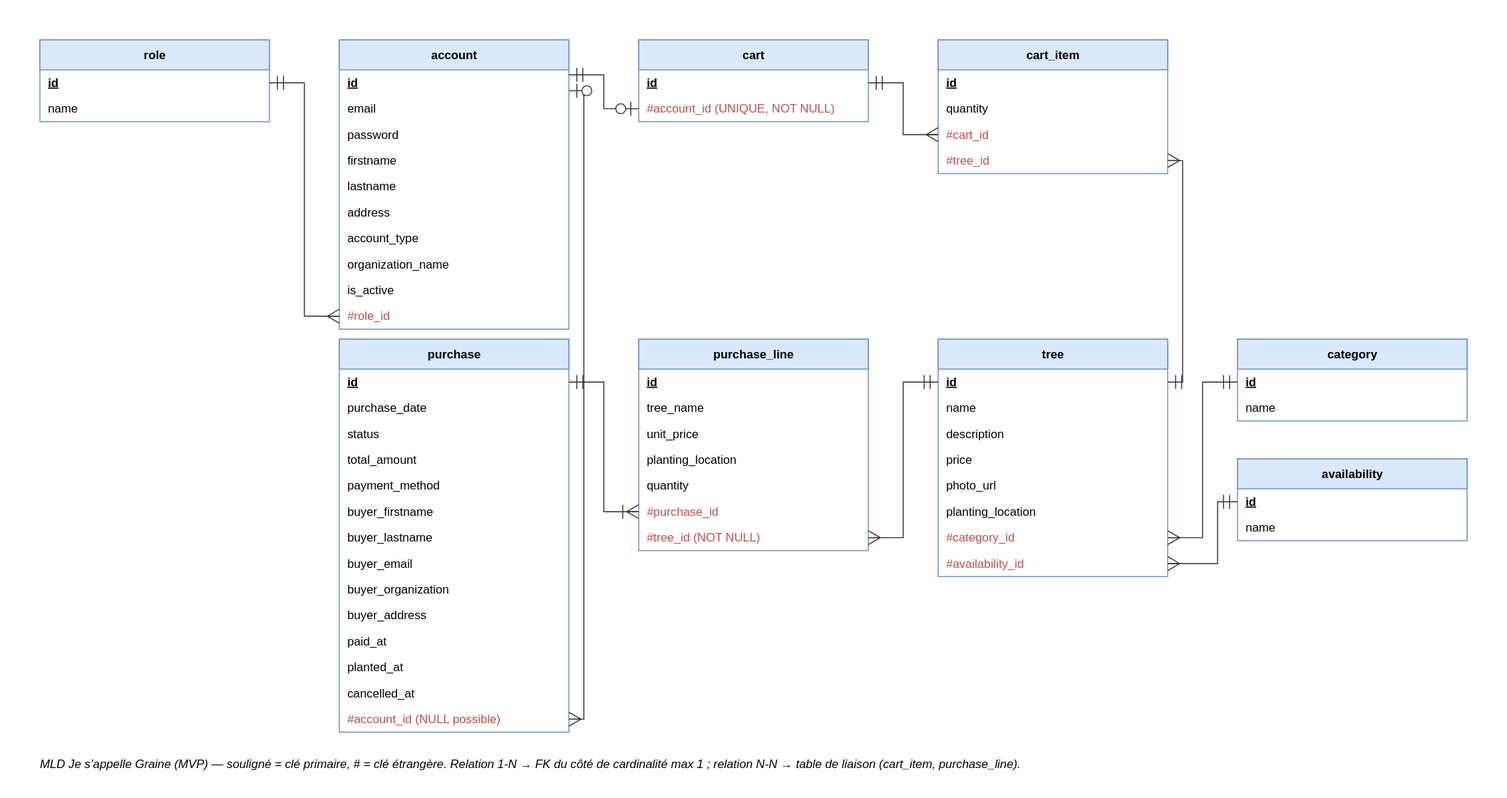
Above: docs/conception/modele-de-donnees/06b-mld.drawio.svg in DimitryDereppe/je-s-appelle-graine (draw.io), before the change. Source tidied: cells renumbered, new cells last; positions are measured from the earlier drawing's top-left corner, leaving out a move shared by most shapes.
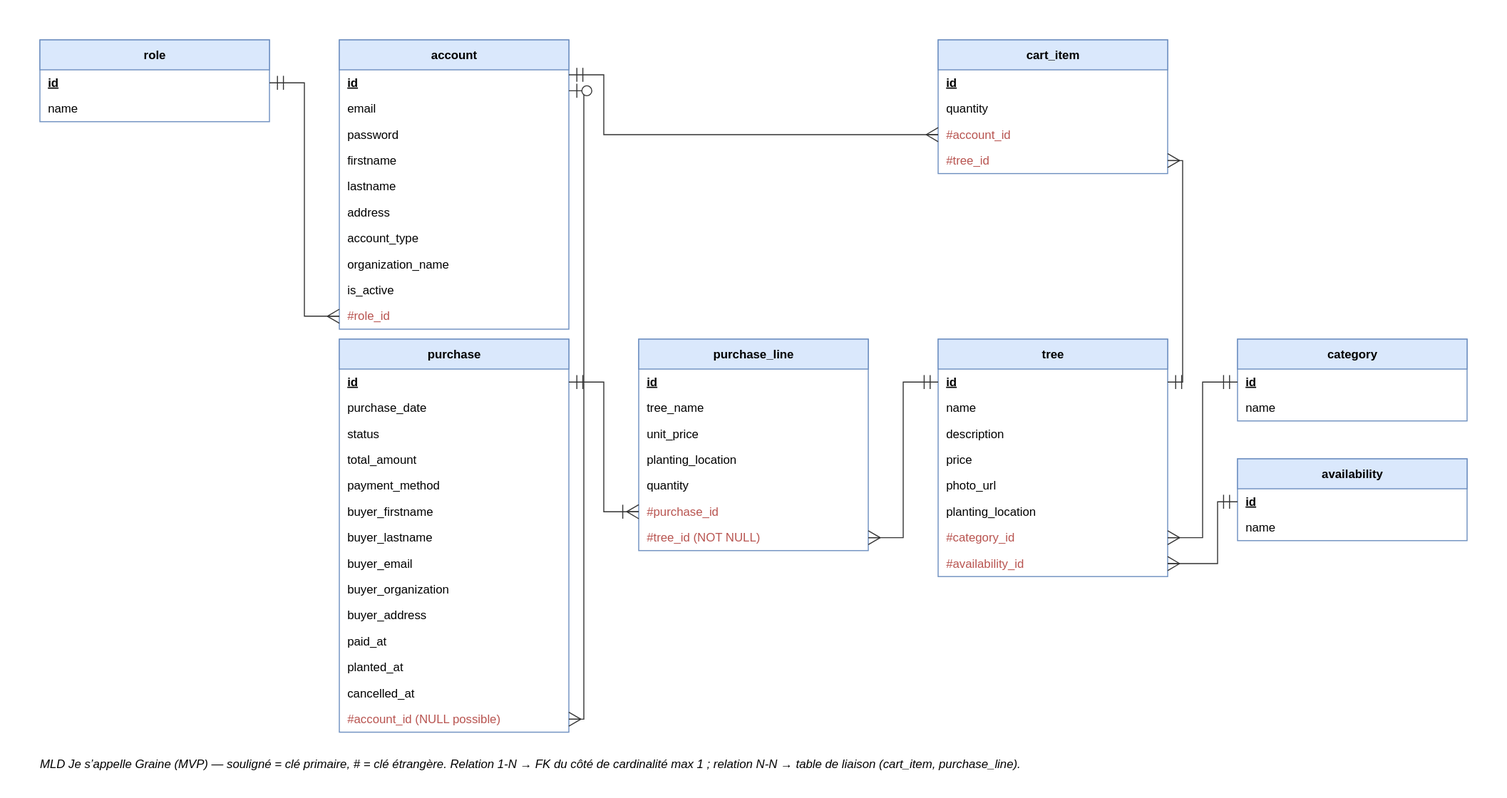
The same file after the commit.

What changed in the source:
```diff
@@ -44,15 +44,6 @@
     <mxCell id="15" value="#role_id" style="text;html=1;align=left;verticalAlign=middle;spacingLeft=8;strokeColor=none;fillColor=none;fontColor=#b85450;" parent="5" vertex="1">
       <mxGeometry y="264" width="230" height="26" as="geometry" />
     </mxCell>
-    <mxCell id="16" value="cart" style="swimlane;fontStyle=1;align=center;startSize=30;html=1;whiteSpace=wrap;fillColor=#dae8fc;strokeColor=#6c8ebf;horizontal=1;" parent="1" vertex="1">
-      <mxGeometry x="600" width="230" height="82" as="geometry" />
-    </mxCell>
-    <mxCell id="17" value="&lt;u&gt;&lt;b&gt;id&lt;/b&gt;&lt;/u&gt;" style="text;html=1;align=left;verticalAlign=middle;spacingLeft=8;strokeColor=none;fillColor=none;" parent="16" vertex="1">
-      <mxGeometry y="30" width="230" height="26" as="geometry" />
-    </mxCell>
-    <mxCell id="18" value="#account_id (UNIQUE, NOT NULL)" style="text;html=1;align=left;verticalAlign=middle;spacingLeft=8;strokeColor=none;fillColor=none;fontColor=#b85450;" parent="16" vertex="1">
-      <mxGeometry y="56" width="230" height="26" as="geometry" />
-    </mxCell>
     <mxCell id="19" value="cart_item" style="swimlane;fontStyle=1;align=center;startSize=30;html=1;whiteSpace=wrap;fillColor=#dae8fc;strokeColor=#6c8ebf;horizontal=1;" parent="1" vertex="1">
       <mxGeometry x="900" width="230" height="134" as="geometry" />
     </mxCell>
@@ -62,9 +53,9 @@
     <mxCell id="21" value="quantity" style="text;html=1;align=left;verticalAlign=middle;spacingLeft=8;strokeColor=none;fillColor=none;" parent="19" vertex="1">
       <mxGeometry y="56" width="230" height="26" as="geometry" />
     </mxCell>
-    <mxCell id="22" value="#cart_id" style="text;html=1;align=left;verticalAlign=middle;spacingLeft=8;strokeColor=none;fillColor=none;fontColor=#b85450;" parent="19" vertex="1">
-      <mxGeometry y="82" width="230" height="26" as="geometry" />
-    </mxCell>
+    <mxCell id="72" value="#account_id" style="text;html=1;align=left;verticalAlign=middle;spacingLeft=8;strokeColor=none;fillColor=none;fontColor=#b85450;" parent="19" vertex="1">
+      <mxGeometry y="82" width="230" height="26" as="geometry" />
+    </mxCell>
     <mxCell id="23" value="#tree_id" style="text;html=1;align=left;verticalAlign=middle;spacingLeft=8;strokeColor=none;fillColor=none;fontColor=#b85450;" parent="19" vertex="1">
       <mxGeometry y="108" width="230" height="26" as="geometry" />
     </mxCell>
@@ -185,10 +176,7 @@
     <mxCell id="62" style="edgeStyle=entityRelationEdgeStyle;html=1;startArrow=ERmany;endArrow=ERmandOne;startFill=0;endFill=0;" parent="1" edge="1" source="15" target="3">
       <mxGeometry relative="1" as="geometry" />
     </mxCell>
-    <mxCell id="63" style="edgeStyle=entityRelationEdgeStyle;html=1;startArrow=ERzeroToOne;endArrow=ERmandOne;entryX=1;entryY=0.2;entryDx=0;entryDy=0;startFill=0;endFill=0;" parent="1" edge="1" source="18" target="6">
-      <mxGeometry relative="1" as="geometry" />
-    </mxCell>
-    <mxCell id="64" style="edgeStyle=entityRelationEdgeStyle;html=1;startArrow=ERmany;endArrow=ERmandOne;startFill=0;endFill=0;" parent="1" edge="1" source="22" target="17">
+    <mxCell id="64" style="edgeStyle=entityRelationEdgeStyle;html=1;startArrow=ERmany;endArrow=ERmandOne;entryX=1;entryY=0.2;entryDx=0;entryDy=0;startFill=0;endFill=0;" parent="1" edge="1" source="72" target="6">
       <mxGeometry relative="1" as="geometry" />
     </mxCell>
     <mxCell id="65" style="edgeStyle=entityRelationEdgeStyle;html=1;startArrow=ERmany;endArrow=ERmandOne;startFill=0;endFill=0;" parent="1" edge="1" source="23" target="48">
```
